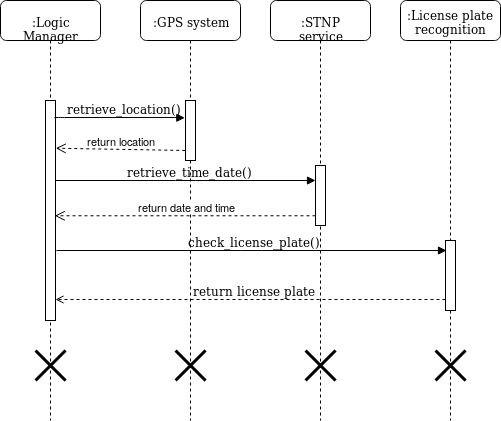
This is DD/img/sequence_diagrams/collect_external_data_sequence.png from dariomiceli3/SafeStreet, a draw.io export, as it was before one commit. Source tidied: cells renumbered, new cells last; positions are measured from the earlier drawing's top-left corner, leaving out a move shared by most shapes.
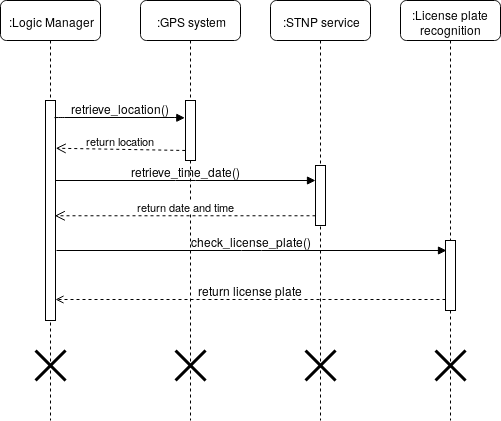
The same file after the commit.

The edit, as a diff of the source:
```diff
@@ -2,67 +2,67 @@
   <root>
     <mxCell id="0" />
     <mxCell id="1" parent="0" />
-    <mxCell id="2" value=":Logic Manager" style="shape=umlLifeline;perimeter=lifelinePerimeter;whiteSpace=wrap;html=1;rounded=1;shadow=0;comic=0;labelBackgroundColor=none;strokeWidth=1;fontFamily=Verdana;fontSize=12;align=center;" parent="1" vertex="1">
+    <mxCell id="2" value=":Logic Manager" style="shape=umlLifeline;perimeter=lifelinePerimeter;whiteSpace=wrap;html=1;rounded=1;shadow=0;comic=0;labelBackgroundColor=none;strokeWidth=1;fontFamily=Helvetica;fontSize=12;align=center;" parent="1" vertex="1">
       <mxGeometry width="100" height="420" as="geometry" />
     </mxCell>
-    <mxCell id="3" style="html=1;points=[];perimeter=orthogonalPerimeter;rounded=0;shadow=0;comic=0;labelBackgroundColor=none;strokeWidth=1;fontFamily=Verdana;fontSize=12;align=center;" parent="2" vertex="1">
+    <mxCell id="3" style="html=1;points=[];perimeter=orthogonalPerimeter;rounded=0;shadow=0;comic=0;labelBackgroundColor=none;strokeWidth=1;fontFamily=Helvetica;fontSize=12;align=center;" parent="2" vertex="1">
       <mxGeometry x="45" y="100" width="10" height="220" as="geometry" />
     </mxCell>
-    <mxCell id="4" style="shape=umlDestroy;whiteSpace=wrap;html=1;strokeWidth=3;" parent="2" vertex="1">
+    <mxCell id="4" style="shape=umlDestroy;whiteSpace=wrap;html=1;strokeWidth=3;fontFamily=Helvetica;" parent="2" vertex="1">
       <mxGeometry x="35" y="350" width="30" height="30" as="geometry" />
     </mxCell>
-    <mxCell id="5" value="retrieve_location()" style="html=1;verticalAlign=bottom;endArrow=block;entryX=0;entryY=0;labelBackgroundColor=none;fontFamily=Verdana;fontSize=12;edgeStyle=elbowEdgeStyle;elbow=vertical;" parent="1" edge="1">
+    <mxCell id="5" value="retrieve_location()" style="html=1;verticalAlign=bottom;endArrow=block;entryX=0;entryY=0;labelBackgroundColor=none;fontFamily=Helvetica;fontSize=12;edgeStyle=elbowEdgeStyle;elbow=vertical;" parent="1" edge="1">
       <mxGeometry relative="1" as="geometry">
         <mxPoint x="54" y="117.3" as="sourcePoint" />
         <mxPoint x="184.3" y="117.3" as="targetPoint" />
       </mxGeometry>
     </mxCell>
-    <mxCell id="6" value=":GPS system " style="shape=umlLifeline;perimeter=lifelinePerimeter;whiteSpace=wrap;html=1;rounded=1;shadow=0;comic=0;labelBackgroundColor=none;strokeWidth=1;fontFamily=Verdana;fontSize=12;align=center;" parent="1" vertex="1">
+    <mxCell id="6" value=":GPS system " style="shape=umlLifeline;perimeter=lifelinePerimeter;whiteSpace=wrap;html=1;rounded=1;shadow=0;comic=0;labelBackgroundColor=none;strokeWidth=1;fontFamily=Helvetica;fontSize=12;align=center;" parent="1" vertex="1">
       <mxGeometry x="140" width="100" height="420" as="geometry" />
     </mxCell>
-    <mxCell id="7" style="shape=umlDestroy;whiteSpace=wrap;html=1;strokeWidth=3;" parent="6" vertex="1">
+    <mxCell id="7" style="shape=umlDestroy;whiteSpace=wrap;html=1;strokeWidth=3;fontFamily=Helvetica;" parent="6" vertex="1">
       <mxGeometry x="35" y="350" width="30" height="30" as="geometry" />
     </mxCell>
-    <mxCell id="8" style="html=1;points=[];perimeter=orthogonalPerimeter;rounded=0;shadow=0;comic=0;labelBackgroundColor=none;strokeWidth=1;fontFamily=Verdana;fontSize=12;align=center;" parent="6" vertex="1">
+    <mxCell id="8" style="html=1;points=[];perimeter=orthogonalPerimeter;rounded=0;shadow=0;comic=0;labelBackgroundColor=none;strokeWidth=1;fontFamily=Helvetica;fontSize=12;align=center;" parent="6" vertex="1">
       <mxGeometry x="45" y="100" width="10" height="60" as="geometry" />
     </mxCell>
-    <mxCell id="9" value=":STNP service" style="shape=umlLifeline;perimeter=lifelinePerimeter;whiteSpace=wrap;html=1;rounded=1;shadow=0;comic=0;labelBackgroundColor=none;strokeWidth=1;fontFamily=Verdana;fontSize=12;align=center;" parent="1" vertex="1">
+    <mxCell id="9" value=":STNP service" style="shape=umlLifeline;perimeter=lifelinePerimeter;whiteSpace=wrap;html=1;rounded=1;shadow=0;comic=0;labelBackgroundColor=none;strokeWidth=1;fontFamily=Helvetica;fontSize=12;align=center;" parent="1" vertex="1">
       <mxGeometry x="270" width="100" height="420" as="geometry" />
     </mxCell>
-    <mxCell id="10" style="html=1;points=[];perimeter=orthogonalPerimeter;rounded=0;shadow=0;comic=0;labelBackgroundColor=none;strokeWidth=1;fontFamily=Verdana;fontSize=12;align=center;" parent="9" vertex="1">
+    <mxCell id="10" style="html=1;points=[];perimeter=orthogonalPerimeter;rounded=0;shadow=0;comic=0;labelBackgroundColor=none;strokeWidth=1;fontFamily=Helvetica;fontSize=12;align=center;" parent="9" vertex="1">
       <mxGeometry x="45" y="165" width="10" height="60" as="geometry" />
     </mxCell>
-    <mxCell id="11" style="shape=umlDestroy;whiteSpace=wrap;html=1;strokeWidth=3;" parent="9" vertex="1">
+    <mxCell id="11" style="shape=umlDestroy;whiteSpace=wrap;html=1;strokeWidth=3;fontFamily=Helvetica;" parent="9" vertex="1">
       <mxGeometry x="35" y="350" width="30" height="30" as="geometry" />
     </mxCell>
-    <mxCell id="12" value=":License plate recognition" style="shape=umlLifeline;perimeter=lifelinePerimeter;whiteSpace=wrap;html=1;rounded=1;shadow=0;comic=0;labelBackgroundColor=none;strokeWidth=1;fontFamily=Verdana;fontSize=12;align=center;" parent="1" vertex="1">
+    <mxCell id="12" value=":License plate recognition" style="shape=umlLifeline;perimeter=lifelinePerimeter;whiteSpace=wrap;html=1;rounded=1;shadow=0;comic=0;labelBackgroundColor=none;strokeWidth=1;fontFamily=Helvetica;fontSize=12;align=center;" parent="1" vertex="1">
       <mxGeometry x="400" width="100" height="420" as="geometry" />
     </mxCell>
-    <mxCell id="13" style="html=1;perimeter=orthogonalPerimeter;rounded=0;shadow=0;comic=0;labelBackgroundColor=none;strokeWidth=1;fontFamily=Verdana;fontSize=12;align=center;" parent="12" vertex="1">
+    <mxCell id="13" style="html=1;perimeter=orthogonalPerimeter;rounded=0;shadow=0;comic=0;labelBackgroundColor=none;strokeWidth=1;fontFamily=Helvetica;fontSize=12;align=center;" parent="12" vertex="1">
       <mxGeometry x="45" y="240" width="10" height="70" as="geometry" />
     </mxCell>
-    <mxCell id="14" style="shape=umlDestroy;whiteSpace=wrap;html=1;strokeWidth=3;" parent="12" vertex="1">
+    <mxCell id="14" style="shape=umlDestroy;whiteSpace=wrap;html=1;strokeWidth=3;fontFamily=Helvetica;" parent="12" vertex="1">
       <mxGeometry x="35" y="350" width="30" height="30" as="geometry" />
     </mxCell>
-    <mxCell id="15" value="retrieve_time_date()" style="html=1;verticalAlign=bottom;endArrow=block;entryX=0.5;entryY=0.25;labelBackgroundColor=none;fontFamily=Verdana;fontSize=12;edgeStyle=elbowEdgeStyle;elbow=vertical;entryDx=0;entryDy=0;entryPerimeter=0;" parent="1" edge="1">
+    <mxCell id="15" value="retrieve_time_date()" style="html=1;verticalAlign=bottom;endArrow=block;entryX=0.5;entryY=0.25;labelBackgroundColor=none;fontFamily=Helvetica;fontSize=12;edgeStyle=elbowEdgeStyle;elbow=vertical;entryDx=0;entryDy=0;entryPerimeter=0;" parent="1" edge="1">
       <mxGeometry relative="1" as="geometry">
         <mxPoint x="55" y="180" as="sourcePoint" />
         <mxPoint x="315" y="180" as="targetPoint" />
       </mxGeometry>
     </mxCell>
-    <mxCell id="16" value="check_license_plate()" style="html=1;verticalAlign=bottom;endArrow=block;labelBackgroundColor=none;fontFamily=Verdana;fontSize=12;edgeStyle=elbowEdgeStyle;elbow=vertical;exitX=0.5;exitY=0.676;exitDx=0;exitDy=0;exitPerimeter=0;" parent="1" edge="1">
+    <mxCell id="16" value="check_license_plate()" style="html=1;verticalAlign=bottom;endArrow=block;labelBackgroundColor=none;fontFamily=Helvetica;fontSize=12;edgeStyle=elbowEdgeStyle;elbow=vertical;exitX=0.5;exitY=0.676;exitDx=0;exitDy=0;exitPerimeter=0;" parent="1" edge="1">
       <mxGeometry relative="1" as="geometry">
         <mxPoint x="56" y="250" as="sourcePoint" />
         <mxPoint x="446" y="250" as="targetPoint" />
       </mxGeometry>
     </mxCell>
-    <mxCell id="17" value="return location" style="html=1;verticalAlign=bottom;endArrow=open;dashed=1;endSize=8;entryX=1.024;entryY=0.217;entryDx=0;entryDy=0;entryPerimeter=0;exitX=-0.024;exitY=0.833;exitDx=0;exitDy=0;exitPerimeter=0;" parent="1" edge="1" source="8" target="3">
+    <mxCell id="17" value="return location" style="html=1;verticalAlign=bottom;endArrow=open;dashed=1;endSize=8;entryX=1.024;entryY=0.217;entryDx=0;entryDy=0;entryPerimeter=0;exitX=-0.024;exitY=0.833;exitDx=0;exitDy=0;exitPerimeter=0;fontFamily=Helvetica;" parent="1" edge="1" source="8" target="3">
       <mxGeometry relative="1" as="geometry" />
     </mxCell>
-    <mxCell id="18" value="return date and time" style="html=1;verticalAlign=bottom;endArrow=open;dashed=1;endSize=8;entryX=0.929;entryY=0.524;entryDx=0;entryDy=0;entryPerimeter=0;" parent="1" edge="1" source="10" target="3">
+    <mxCell id="18" value="return date and time" style="html=1;verticalAlign=bottom;endArrow=open;dashed=1;endSize=8;entryX=0.929;entryY=0.524;entryDx=0;entryDy=0;entryPerimeter=0;fontFamily=Helvetica;" parent="1" edge="1" source="10" target="3">
       <mxGeometry relative="1" as="geometry" />
     </mxCell>
-    <mxCell id="19" value="return license plate " style="html=1;verticalAlign=bottom;endArrow=open;labelBackgroundColor=none;fontFamily=Verdana;fontSize=12;edgeStyle=elbowEdgeStyle;elbow=vertical;exitX=0.5;exitY=0.676;exitDx=0;exitDy=0;exitPerimeter=0;endFill=0;dashed=1;" parent="1" edge="1">
+    <mxCell id="19" value="return license plate " style="html=1;verticalAlign=bottom;endArrow=open;labelBackgroundColor=none;fontFamily=Helvetica;fontSize=12;edgeStyle=elbowEdgeStyle;elbow=vertical;exitX=0.5;exitY=0.676;exitDx=0;exitDy=0;exitPerimeter=0;endFill=0;dashed=1;" parent="1" edge="1">
       <mxGeometry relative="1" as="geometry">
         <mxPoint x="445" y="299" as="sourcePoint" />
         <mxPoint x="55" y="299" as="targetPoint" />
```
